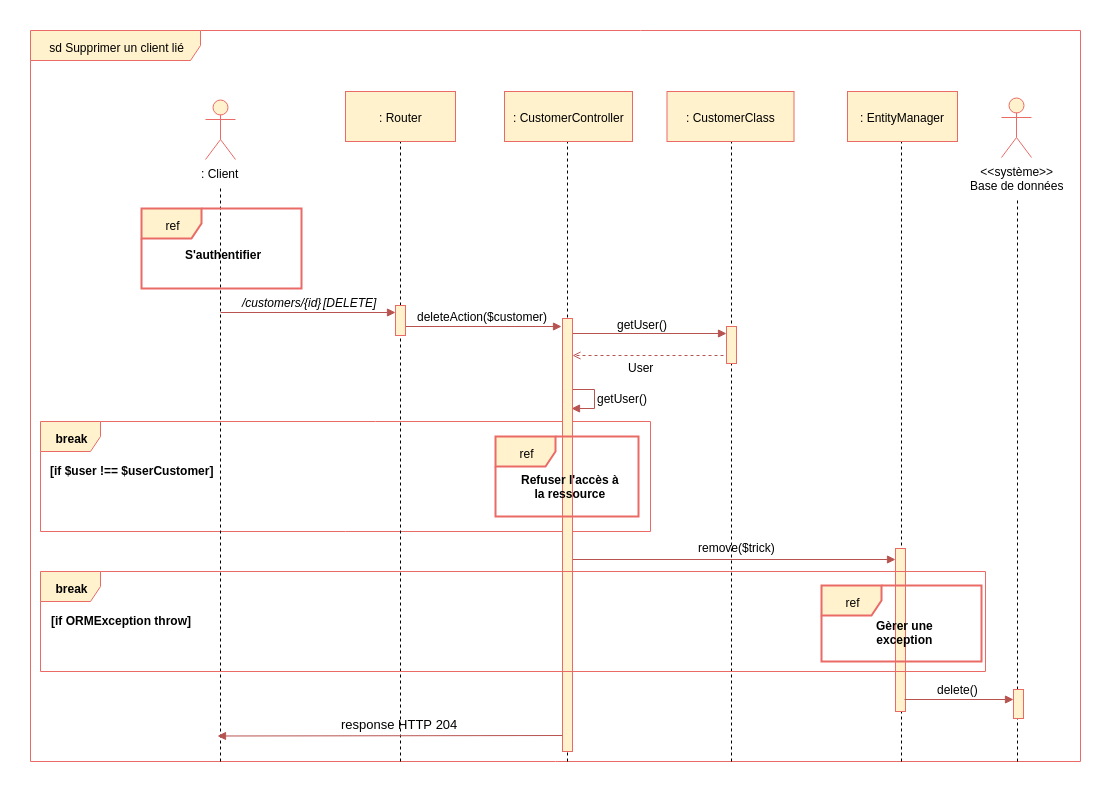
Above: api/Diagrammes/Supprimer_client_lie.png in Thibok/Bilemo (draw.io), before the change. Source tidied: cells renumbered, new cells last; positions are measured from the earlier drawing's top-left corner, leaving out a move shared by most shapes. The source it was exported from:
```xml
<mxGraphModel background="#ffffff">
  <root>
    <mxCell id="0" />
    <mxCell id="1" parent="0" />
    <mxCell id="2" value="sd Supprimer un client lié" style="shape=umlFrame;whiteSpace=wrap;html=1;width=170;height=30;fillColor=#fff2cc;strokeColor=#EA6B66;" parent="1" vertex="1">
      <mxGeometry width="1050" height="731" as="geometry" />
    </mxCell>
    <mxCell id="3" value="break" style="shape=umlFrame;whiteSpace=wrap;html=1;fontColor=#000000;fillColor=#fff2cc;strokeColor=#EA6B66;fontStyle=1;" parent="1" vertex="1">
      <mxGeometry x="10" y="391" width="610" height="110" as="geometry" />
    </mxCell>
    <mxCell id="4" style="endArrow=block;html=1;endFill=1;fillColor=#f8cecc;strokeColor=#b85450;edgeStyle=orthogonalEdgeStyle;rounded=0;entryX=0.91;entryY=0.18;entryDx=0;entryDy=0;entryPerimeter=0;" parent="1" edge="1">
      <mxGeometry relative="1" as="geometry">
        <mxPoint x="541.2" y="349.5" as="sourcePoint" />
        <mxPoint x="540.6" y="378.5" as="targetPoint" />
        <Array as="points">
          <mxPoint x="541.5" y="359.4" />
          <mxPoint x="563.5" y="359.4" />
          <mxPoint x="563.5" y="378.4" />
        </Array>
      </mxGeometry>
    </mxCell>
    <mxCell id="5" style="endArrow=block;html=1;endFill=1;fillColor=#f8cecc;strokeColor=#b85450;" parent="1" edge="1">
      <mxGeometry relative="1" as="geometry">
        <mxPoint x="540" y="303" as="sourcePoint" />
        <mxPoint x="696" y="303" as="targetPoint" />
      </mxGeometry>
    </mxCell>
    <mxCell id="6" style="endArrow=open;html=1;endFill=0;fillColor=#f8cecc;strokeColor=#b85450;dashed=1;exitX=-0.071;exitY=0.702;exitPerimeter=0;" parent="1" edge="1">
      <mxGeometry relative="1" as="geometry">
        <mxPoint x="699" y="325" as="sourcePoint" />
        <mxPoint x="542" y="325" as="targetPoint" />
      </mxGeometry>
    </mxCell>
    <mxCell id="7" style="endArrow=none;dashed=1;html=1;entryX=0.5;entryY=1;" parent="1" edge="1">
      <mxGeometry relative="1" as="geometry">
        <mxPoint x="871" y="731" as="sourcePoint" />
        <mxPoint x="871" y="101.8" as="targetPoint" />
      </mxGeometry>
    </mxCell>
    <mxCell id="8" style="endArrow=none;dashed=1;html=1;entryX=0.5;entryY=1;exitX=0.276;exitY=1.003;exitPerimeter=0;" parent="1" edge="1">
      <mxGeometry relative="1" as="geometry">
        <mxPoint x="537" y="731" as="sourcePoint" />
        <mxPoint x="537" y="104" as="targetPoint" />
      </mxGeometry>
    </mxCell>
    <mxCell id="9" style="endArrow=block;html=1;endFill=1;fillColor=#f8cecc;strokeColor=#b85450;" parent="1" edge="1">
      <mxGeometry relative="1" as="geometry">
        <mxPoint x="542" y="529" as="sourcePoint" />
        <mxPoint x="865" y="529" as="targetPoint" />
      </mxGeometry>
    </mxCell>
    <mxCell id="10" style="html=1;perimeter=orthogonalPerimeter;fillColor=#fff2cc;strokeColor=#EA6B66;" parent="1" vertex="1">
      <mxGeometry x="532" y="288" width="10" height="433" as="geometry" />
    </mxCell>
    <mxCell id="11" style="endArrow=none;dashed=1;html=1;entryX=0.5;entryY=1;" parent="1" edge="1">
      <mxGeometry relative="1" as="geometry">
        <mxPoint x="701" y="731" as="sourcePoint" />
        <mxPoint x="701" y="104.8" as="targetPoint" />
      </mxGeometry>
    </mxCell>
    <mxCell id="12" value=": Client" style="shape=umlActor;verticalLabelPosition=bottom;labelBackgroundColor=#ffffff;verticalAlign=top;html=1;fillColor=#fff2cc;strokeColor=#EA6B66;" parent="1" vertex="1">
      <mxGeometry x="175" y="69" width="30" height="60" as="geometry" />
    </mxCell>
    <mxCell id="13" value="&amp;lt;&amp;lt;système&amp;gt;&amp;gt;&lt;br&gt;Base de données&lt;br&gt;" style="shape=umlActor;verticalLabelPosition=bottom;labelBackgroundColor=#ffffff;verticalAlign=top;html=1;fillColor=#fff2cc;strokeColor=#EA6B66;" parent="1" vertex="1">
      <mxGeometry x="971" y="67" width="30" height="60" as="geometry" />
    </mxCell>
    <mxCell id="14" style="endArrow=none;dashed=1;html=1;" parent="1" edge="1">
      <mxGeometry relative="1" as="geometry">
        <mxPoint x="190" y="731" as="sourcePoint" />
        <mxPoint x="190" y="158" as="targetPoint" />
      </mxGeometry>
    </mxCell>
    <mxCell id="15" style="endArrow=none;dashed=1;html=1;entryX=0.5;entryY=1;" parent="1" edge="1">
      <mxGeometry relative="1" as="geometry">
        <mxPoint x="370" y="731" as="sourcePoint" />
        <mxPoint x="370" y="103.8" as="targetPoint" />
      </mxGeometry>
    </mxCell>
    <mxCell id="16" value="/customers/{id}" style="text;html=1;align=left;verticalAlign=top;spacingTop=-4;fontStyle=2;" parent="1" vertex="1">
      <mxGeometry x="210" y="263" width="90" height="10" as="geometry" />
    </mxCell>
    <mxCell id="17" value="deleteAction($customer)" style="text;html=1;align=left;verticalAlign=top;spacingTop=-4;" parent="1" vertex="1">
      <mxGeometry x="385" y="277" width="150" height="10" as="geometry" />
    </mxCell>
    <mxCell id="18" style="endArrow=block;html=1;endFill=1;fillColor=#f8cecc;strokeColor=#b85450;" parent="1" edge="1">
      <mxGeometry relative="1" as="geometry">
        <mxPoint x="370" y="296" as="sourcePoint" />
        <mxPoint x="531" y="296" as="targetPoint" />
      </mxGeometry>
    </mxCell>
    <mxCell id="19" style="html=1;perimeter=orthogonalPerimeter;fillColor=#fff2cc;strokeColor=#EA6B66;" parent="1" vertex="1">
      <mxGeometry x="365" y="275" width="10" height="30" as="geometry" />
    </mxCell>
    <mxCell id="20" style="endArrow=block;html=1;endFill=1;fillColor=#f8cecc;strokeColor=#b85450;entryX=0.5;entryY=0.24;entryPerimeter=0;" parent="1" edge="1">
      <mxGeometry relative="1" as="geometry">
        <mxPoint x="190" y="282" as="sourcePoint" />
        <mxPoint x="365" y="282" as="targetPoint" />
      </mxGeometry>
    </mxCell>
    <mxCell id="21" value=": CustomerClass" style="html=1;fillColor=#fff2cc;strokeColor=#EA6B66;" parent="1" vertex="1">
      <mxGeometry x="636.5" y="61" width="127" height="50" as="geometry" />
    </mxCell>
    <mxCell id="22" style="endArrow=none;dashed=1;html=1;" parent="1" edge="1">
      <mxGeometry relative="1" as="geometry">
        <mxPoint x="987" y="731" as="sourcePoint" />
        <mxPoint x="987" y="169" as="targetPoint" />
      </mxGeometry>
    </mxCell>
    <mxCell id="23" value="ref" style="shape=umlFrame;whiteSpace=wrap;html=1;fillColor=#fff2cc;strokeColor=#EA6B66;strokeWidth=2;" parent="1" vertex="1">
      <mxGeometry x="111" y="178" width="160" height="80" as="geometry" />
    </mxCell>
    <mxCell id="24" value="S'authentifier" style="text;html=1;align=left;verticalAlign=top;spacingTop=-4;fontStyle=1;" parent="1" vertex="1">
      <mxGeometry x="153" y="215" width="90" height="20" as="geometry" />
    </mxCell>
    <mxCell id="25" value="[DELETE]" style="text;html=1;align=left;verticalAlign=top;spacingTop=-4;fontStyle=2;" parent="1" vertex="1">
      <mxGeometry x="291" y="263" width="70" height="20" as="geometry" />
    </mxCell>
    <mxCell id="26" value=": EntityManager" style="html=1;fillColor=#fff2cc;strokeColor=#EA6B66;" parent="1" vertex="1">
      <mxGeometry x="817" y="61" width="110" height="50" as="geometry" />
    </mxCell>
    <mxCell id="27" value=": Router" style="html=1;fillColor=#fff2cc;strokeColor=#EA6B66;" parent="1" vertex="1">
      <mxGeometry x="315" y="61" width="110" height="50" as="geometry" />
    </mxCell>
    <mxCell id="28" value="remove($trick)" style="text;html=1;align=left;verticalAlign=top;spacingTop=-4;" parent="1" vertex="1">
      <mxGeometry x="666" y="508" width="90" height="20" as="geometry" />
    </mxCell>
    <mxCell id="29" style="html=1;perimeter=orthogonalPerimeter;fillColor=#fff2cc;strokeColor=#EA6B66;" parent="1" vertex="1">
      <mxGeometry x="865" y="518" width="10" height="163" as="geometry" />
    </mxCell>
    <mxCell id="30" value=": CustomerController" style="html=1;fillColor=#fff2cc;strokeColor=#EA6B66;" parent="1" vertex="1">
      <mxGeometry x="474" y="61" width="128" height="50" as="geometry" />
    </mxCell>
    <mxCell id="31" style="html=1;perimeter=orthogonalPerimeter;fillColor=#fff2cc;strokeColor=#EA6B66;" parent="1" vertex="1">
      <mxGeometry x="696" y="296" width="10" height="37" as="geometry" />
    </mxCell>
    <mxCell id="32" value="getUser()" style="text;html=1;align=left;verticalAlign=top;spacingTop=-4;" parent="1" vertex="1">
      <mxGeometry x="585" y="285" width="70" height="10" as="geometry" />
    </mxCell>
    <mxCell id="33" style="html=1;perimeter=orthogonalPerimeter;fillColor=#fff2cc;strokeColor=#EA6B66;" parent="1" vertex="1">
      <mxGeometry x="983" y="659" width="10" height="29" as="geometry" />
    </mxCell>
    <mxCell id="34" style="endArrow=block;html=1;endFill=1;fillColor=#f8cecc;strokeColor=#b85450;" parent="1" edge="1">
      <mxGeometry relative="1" as="geometry">
        <mxPoint x="874" y="669" as="sourcePoint" />
        <mxPoint x="983" y="669" as="targetPoint" />
      </mxGeometry>
    </mxCell>
    <mxCell id="35" value="break" style="shape=umlFrame;whiteSpace=wrap;html=1;fontColor=#000000;fillColor=#fff2cc;strokeColor=#EA6B66;fontStyle=1;" parent="1" vertex="1">
      <mxGeometry x="10" y="541" width="945" height="100" as="geometry" />
    </mxCell>
    <mxCell id="36" value="[if ORMException throw]" style="text;html=1;align=left;verticalAlign=top;spacingTop=-4;fontStyle=1;" parent="1" vertex="1">
      <mxGeometry x="19" y="581" width="140" height="10" as="geometry" />
    </mxCell>
    <mxCell id="37" value="User" style="text;html=1;align=left;verticalAlign=top;spacingTop=-4;" parent="1" vertex="1">
      <mxGeometry x="596" y="328" width="40" height="10" as="geometry" />
    </mxCell>
    <mxCell id="38" value="getUser()" style="text;html=1;align=left;verticalAlign=top;spacingTop=-4;" parent="1" vertex="1">
      <mxGeometry x="565" y="359" width="70" height="10" as="geometry" />
    </mxCell>
    <mxCell id="39" value="[if $user !== $userCustomer]" style="text;html=1;align=left;verticalAlign=top;spacingTop=-4;fontStyle=1;" parent="1" vertex="1">
      <mxGeometry x="18" y="431" width="170" height="10" as="geometry" />
    </mxCell>
    <mxCell id="40" value="ref" style="shape=umlFrame;whiteSpace=wrap;html=1;fillColor=#fff2cc;strokeColor=#EA6B66;strokeWidth=2;" parent="1" vertex="1">
      <mxGeometry x="465" y="406" width="143" height="80" as="geometry" />
    </mxCell>
    <mxCell id="41" value="Refuser l'accès à&lt;br&gt;la ressource&lt;br&gt;" style="text;html=1;align=center;verticalAlign=top;spacingTop=-4;fontStyle=1;" parent="1" vertex="1">
      <mxGeometry x="485" y="440" width="110" height="30" as="geometry" />
    </mxCell>
    <mxCell id="42" value="ref" style="shape=umlFrame;whiteSpace=wrap;html=1;fillColor=#fff2cc;strokeColor=#EA6B66;strokeWidth=2;" parent="1" vertex="1">
      <mxGeometry x="791" y="555" width="160" height="76" as="geometry" />
    </mxCell>
    <mxCell id="43" value="Gèrer une&lt;br&gt;exception&lt;br&gt;" style="text;html=1;align=center;verticalAlign=top;spacingTop=-4;fontStyle=1;" parent="1" vertex="1">
      <mxGeometry x="839" y="586" width="70" height="30" as="geometry" />
    </mxCell>
    <mxCell id="44" value="delete()" style="text;html=1;align=left;verticalAlign=top;spacingTop=-4;" parent="1" vertex="1">
      <mxGeometry x="905" y="650" width="60" height="10" as="geometry" />
    </mxCell>
    <mxCell id="45" style="endArrow=block;html=1;endFill=1;fillColor=#f8cecc;strokeColor=#b85450;" parent="1" edge="1">
      <mxGeometry relative="1" as="geometry">
        <mxPoint x="532" y="705" as="sourcePoint" />
        <mxPoint x="187" y="705.5" as="targetPoint" />
      </mxGeometry>
    </mxCell>
    <mxCell id="46" value="&lt;font color=&quot;#000000&quot;&gt;response HTTP 204&lt;/font&gt;" style="text;html=1;align=left;verticalAlign=top;spacingTop=-4;fontSize=13;fontColor=#007FFF;" parent="1" vertex="1">
      <mxGeometry x="308.5" y="684" width="130" height="20" as="geometry" />
    </mxCell>
  </root>
</mxGraphModel>
```
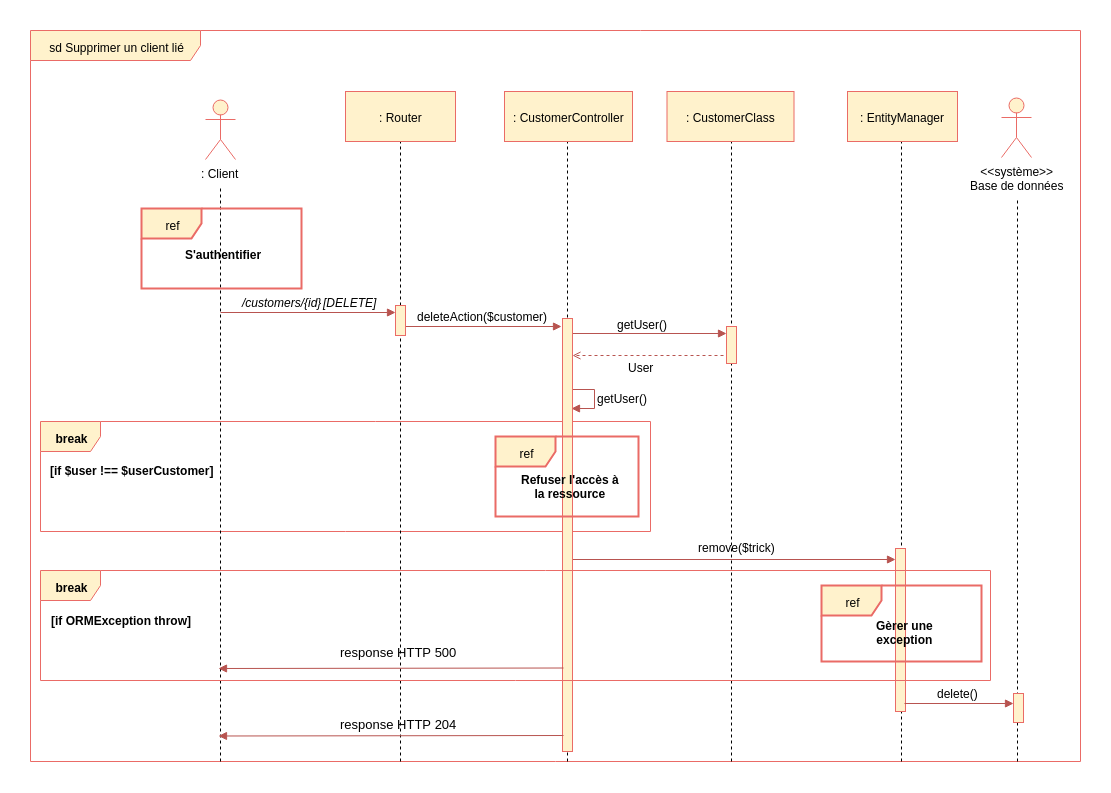
Above is the later version.

What changed in the source:
```diff
@@ -137,16 +137,16 @@
       <mxGeometry x="585" y="285" width="70" height="10" as="geometry" />
     </mxCell>
     <mxCell id="33" style="html=1;perimeter=orthogonalPerimeter;fillColor=#fff2cc;strokeColor=#EA6B66;" parent="1" vertex="1">
-      <mxGeometry x="983" y="659" width="10" height="29" as="geometry" />
+      <mxGeometry x="983" y="663" width="10" height="29" as="geometry" />
     </mxCell>
     <mxCell id="34" style="endArrow=block;html=1;endFill=1;fillColor=#f8cecc;strokeColor=#b85450;" parent="1" edge="1">
       <mxGeometry relative="1" as="geometry">
-        <mxPoint x="874" y="669" as="sourcePoint" />
-        <mxPoint x="983" y="669" as="targetPoint" />
+        <mxPoint x="874" y="673" as="sourcePoint" />
+        <mxPoint x="983" y="673" as="targetPoint" />
       </mxGeometry>
     </mxCell>
     <mxCell id="35" value="break" style="shape=umlFrame;whiteSpace=wrap;html=1;fontColor=#000000;fillColor=#fff2cc;strokeColor=#EA6B66;fontStyle=1;" parent="1" vertex="1">
-      <mxGeometry x="10" y="541" width="945" height="100" as="geometry" />
+      <mxGeometry x="10" y="540" width="950" height="110" as="geometry" />
     </mxCell>
     <mxCell id="36" value="[if ORMException throw]" style="text;html=1;align=left;verticalAlign=top;spacingTop=-4;fontStyle=1;" parent="1" vertex="1">
       <mxGeometry x="19" y="581" width="140" height="10" as="geometry" />
@@ -173,16 +173,25 @@
       <mxGeometry x="839" y="586" width="70" height="30" as="geometry" />
     </mxCell>
     <mxCell id="44" value="delete()" style="text;html=1;align=left;verticalAlign=top;spacingTop=-4;" parent="1" vertex="1">
-      <mxGeometry x="905" y="650" width="60" height="10" as="geometry" />
+      <mxGeometry x="905" y="654" width="60" height="10" as="geometry" />
     </mxCell>
     <mxCell id="45" style="endArrow=block;html=1;endFill=1;fillColor=#f8cecc;strokeColor=#b85450;" parent="1" edge="1">
       <mxGeometry relative="1" as="geometry">
-        <mxPoint x="532" y="705" as="sourcePoint" />
-        <mxPoint x="187" y="705.5" as="targetPoint" />
+        <mxPoint x="533" y="705" as="sourcePoint" />
+        <mxPoint x="188" y="705.5" as="targetPoint" />
       </mxGeometry>
     </mxCell>
     <mxCell id="46" value="&lt;font color=&quot;#000000&quot;&gt;response HTTP 204&lt;/font&gt;" style="text;html=1;align=left;verticalAlign=top;spacingTop=-4;fontSize=13;fontColor=#007FFF;" parent="1" vertex="1">
-      <mxGeometry x="308.5" y="684" width="130" height="20" as="geometry" />
+      <mxGeometry x="308" y="684" width="130" height="20" as="geometry" />
     </mxCell>
+    <mxCell id="47" value="&lt;font color=&quot;#000000&quot;&gt;response HTTP 500&lt;/font&gt;" style="text;html=1;align=left;verticalAlign=top;spacingTop=-4;fontSize=13;fontColor=#007FFF;" parent="1" vertex="1">
+      <mxGeometry x="308" y="612" width="130" height="20" as="geometry" />
+    </mxCell>
+    <mxCell id="48" style="endArrow=block;html=1;endFill=1;fillColor=#f8cecc;strokeColor=#b85450;" parent="1" edge="1">
+      <mxGeometry relative="1" as="geometry">
+        <mxPoint x="533" y="637.5" as="sourcePoint" />
+        <mxPoint x="188" y="638" as="targetPoint" />
+      </mxGeometry>
+    </mxCell>
   </root>
 </mxGraphModel>
```
